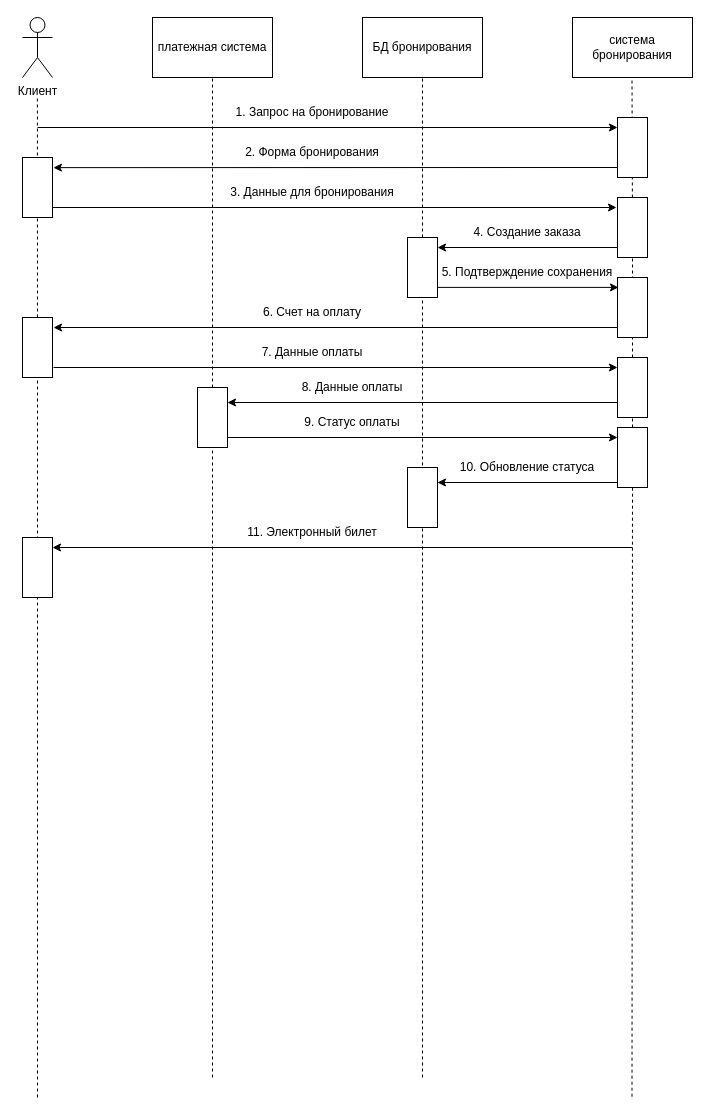
Earlier version of the draw.io diagram Диаграмма последовательности.drawio (Jurwa1/coursework). Source tidied: cells renumbered, new cells numbered last; positions are measured from the earlier drawing's top-left corner, leaving out a move shared by most shapes. Both pictures are drawn from the tidied source at 100%, with x=0, y=0 at pixel (22, 17).
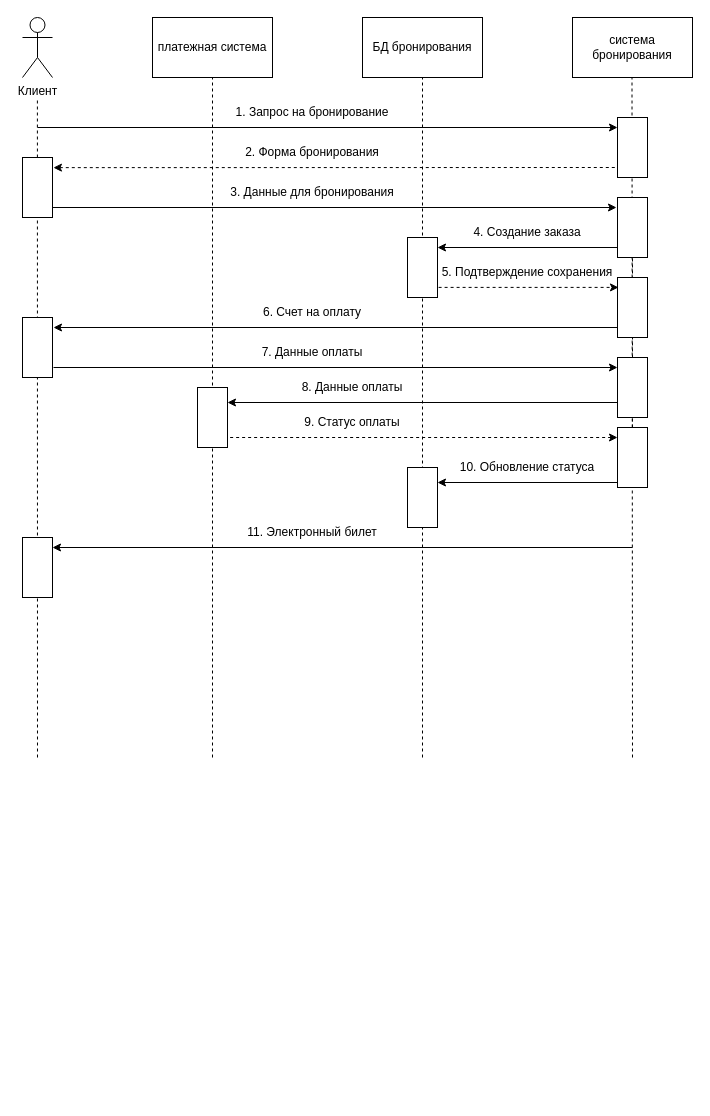
The same diagram, later.

The change refers to these unchanged cells:
```xml
<mxCell id="3" value="платежная система" style="rounded=0;whiteSpace=wrap;html=1;" parent="1" vertex="1">
  <mxGeometry x="130" width="120" height="60" as="geometry" />
</mxCell>
<mxCell id="12" value="БД бронирования" style="rounded=0;whiteSpace=wrap;html=1;" parent="1" vertex="1">
  <mxGeometry x="340" width="120" height="60" as="geometry" />
</mxCell>
```

Change to the diagram source:
```diff
@@
-    <mxCell id="5" style="endArrow=none;dashed=1;html=1;rounded=0;entryX=0.5;entryY=1;entryDx=0;entryDy=0;" parent="1" edge="1" source="36" target="3">
-      <mxGeometry relative="1" as="geometry" />
-    </mxCell>
-    <mxCell id="6" style="endArrow=none;dashed=1;html=1;rounded=0;entryX=0.5;entryY=1;entryDx=0;entryDy=0;" parent="1" edge="1" source="28">
-      <mxGeometry relative="1" as="geometry">
-        <mxPoint x="14.9" y="80" as="targetPoint" />
-      </mxGeometry>
-    </mxCell>
-    <mxCell id="7" style="endArrow=none;dashed=1;html=1;rounded=0;entryX=0.5;entryY=1;entryDx=0;entryDy=0;" parent="1" edge="1" source="17">
-      <mxGeometry relative="1" as="geometry">
-        <mxPoint x="609.5" y="60" as="targetPoint" />
-      </mxGeometry>
-    </mxCell>
-    <mxCell id="8" style="rounded=0;whiteSpace=wrap;html=1;" parent="1" vertex="1">
-      <mxGeometry x="595" y="100" width="30" height="60" as="geometry" />
-    </mxCell>
-    <mxCell id="9" style="endArrow=classic;html=1;rounded=0;" parent="1" edge="1">
-      <mxGeometry relative="1" as="geometry">
-        <mxPoint x="15" y="110" as="sourcePoint" />
-        <mxPoint x="595" y="110" as="targetPoint" />
-      </mxGeometry>
-    </mxCell>
+    <mxCell id="49" style="endArrow=none;dashed=1;html=1;rounded=0;entryX=0.5;entryY=1;entryDx=0;entryDy=0;" parent="1" edge="1" target="3">
+      <mxGeometry relative="1" as="geometry">
+        <mxPoint x="190" y="740" as="sourcePoint" />
+      </mxGeometry>
+    </mxCell>
+    <mxCell id="50" style="endArrow=none;dashed=1;html=1;rounded=0;entryX=0.5;entryY=1;entryDx=0;entryDy=0;" parent="1" edge="1">
+      <mxGeometry relative="1" as="geometry">
+        <mxPoint x="15" y="740" as="sourcePoint" />
+        <mxPoint x="14.9" y="80" as="targetPoint" />
+      </mxGeometry>
+    </mxCell>
+    <mxCell id="51" style="endArrow=none;dashed=1;html=1;rounded=0;entryX=0.5;entryY=1;entryDx=0;entryDy=0;" parent="1" edge="1">
+      <mxGeometry relative="1" as="geometry">
+        <mxPoint x="610" y="740" as="sourcePoint" />
+        <mxPoint x="609.5" y="60" as="targetPoint" />
+      </mxGeometry>
+    </mxCell>
+    <mxCell id="52" style="rounded=0;whiteSpace=wrap;html=1;" parent="1" vertex="1">
+      <mxGeometry x="595" y="100" width="30" height="60" as="geometry" />
+    </mxCell>
+    <mxCell id="53" style="endArrow=classic;html=1;rounded=0;" parent="1" edge="1">
+      <mxGeometry relative="1" as="geometry">
+        <mxPoint x="15" y="110" as="sourcePoint" />
+        <mxPoint x="595" y="110" as="targetPoint" />
+      </mxGeometry>
+    </mxCell>
@@
-    <mxCell id="11" style="endArrow=none;html=1;rounded=0;startArrow=classic;startFill=1;endFill=0;exitX=1.031;exitY=0.169;exitDx=0;exitDy=0;exitPerimeter=0;" parent="1" edge="1" source="14">
-      <mxGeometry relative="1" as="geometry">
-        <mxPoint x="595" y="150" as="targetPoint" />
-      </mxGeometry>
-    </mxCell>
+    <mxCell id="54" style="endArrow=none;html=1;rounded=0;startArrow=classic;startFill=1;endFill=0;exitX=1.031;exitY=0.169;exitDx=0;exitDy=0;exitPerimeter=0;dashed=1;" parent="1" edge="1" source="56">
+      <mxGeometry relative="1" as="geometry">
+        <mxPoint x="595" y="150" as="targetPoint" />
+      </mxGeometry>
+    </mxCell>
@@
-    <mxCell id="13" style="endArrow=none;dashed=1;html=1;rounded=0;entryX=0.5;entryY=1;entryDx=0;entryDy=0;" parent="1" edge="1" source="22" target="12">
-      <mxGeometry relative="1" as="geometry" />
-    </mxCell>
-    <mxCell id="14" style="rounded=0;whiteSpace=wrap;html=1;" parent="1" vertex="1">
-      <mxGeometry y="140" width="30" height="60" as="geometry" />
-    </mxCell>
+    <mxCell id="55" style="endArrow=none;dashed=1;html=1;rounded=0;entryX=0.5;entryY=1;entryDx=0;entryDy=0;" parent="1" edge="1" target="12">
+      <mxGeometry relative="1" as="geometry">
+        <mxPoint x="400" y="740" as="sourcePoint" />
+      </mxGeometry>
+    </mxCell>
+    <mxCell id="56" style="rounded=0;whiteSpace=wrap;html=1;" parent="1" vertex="1">
+      <mxGeometry y="140" width="30" height="60" as="geometry" />
+    </mxCell>
@@
-    <mxCell id="16" style="endArrow=none;dashed=1;html=1;rounded=0;entryX=0.5;entryY=1;entryDx=0;entryDy=0;" parent="1" edge="1" source="32" target="17">
-      <mxGeometry relative="1" as="geometry" />
-    </mxCell>
-    <mxCell id="17" style="rounded=0;whiteSpace=wrap;html=1;" parent="1" vertex="1">
-      <mxGeometry x="595" y="180" width="30" height="60" as="geometry" />
-    </mxCell>
-    <mxCell id="18" style="endArrow=classic;html=1;rounded=0;startArrow=none;startFill=0;endFill=1;exitX=1.031;exitY=0.169;exitDx=0;exitDy=0;exitPerimeter=0;" parent="1" edge="1">
-      <mxGeometry relative="1" as="geometry">
-        <mxPoint x="30" y="190" as="sourcePoint" />
-        <mxPoint x="594" y="190" as="targetPoint" />
-      </mxGeometry>
-    </mxCell>
+    <mxCell id="57" style="endArrow=none;dashed=1;html=1;rounded=0;entryX=0.5;entryY=1;entryDx=0;entryDy=0;" parent="1" edge="1" source="67" target="58">
+      <mxGeometry relative="1" as="geometry" />
+    </mxCell>
+    <mxCell id="58" style="rounded=0;whiteSpace=wrap;html=1;" parent="1" vertex="1">
+      <mxGeometry x="595" y="180" width="30" height="60" as="geometry" />
+    </mxCell>
+    <mxCell id="59" style="endArrow=classic;html=1;rounded=0;startArrow=none;startFill=0;endFill=1;exitX=1.031;exitY=0.169;exitDx=0;exitDy=0;exitPerimeter=0;" parent="1" edge="1">
+      <mxGeometry relative="1" as="geometry">
+        <mxPoint x="30" y="190" as="sourcePoint" />
+        <mxPoint x="594" y="190" as="targetPoint" />
+      </mxGeometry>
+    </mxCell>
@@
-    <mxCell id="20" style="endArrow=none;dashed=1;html=1;rounded=0;entryX=0.5;entryY=1;entryDx=0;entryDy=0;" parent="1" edge="1" target="22">
-      <mxGeometry relative="1" as="geometry">
-        <mxPoint x="400" y="1060" as="sourcePoint" />
-      </mxGeometry>
-    </mxCell>
-    <mxCell id="21" style="edgeStyle=orthogonalEdgeStyle;rounded=0;jettySize=auto;html=1;exitX=1;exitY=0.75;exitDx=0;exitDy=0;entryX=0.033;entryY=0.165;entryDx=0;entryDy=0;entryPerimeter=0;" parent="1" edge="1" source="22" target="25">
-      <mxGeometry relative="1" as="geometry">
-        <Array as="points">
-          <mxPoint x="415" y="270" />
-        </Array>
-      </mxGeometry>
-    </mxCell>
-    <mxCell id="22" style="rounded=0;whiteSpace=wrap;html=1;" parent="1" vertex="1">
-      <mxGeometry x="385" y="220" width="30" height="60" as="geometry" />
-    </mxCell>
-    <mxCell id="23" style="edgeStyle=orthogonalEdgeStyle;rounded=0;jettySize=auto;html=1;exitX=0;exitY=0.75;exitDx=0;exitDy=0;" parent="1" edge="1" source="17">
-      <mxGeometry relative="1" as="geometry">
-        <mxPoint x="415" y="230" as="targetPoint" />
-        <Array as="points">
-          <mxPoint x="595" y="230" />
-          <mxPoint x="415" y="230" />
-        </Array>
-      </mxGeometry>
-    </mxCell>
+    <mxCell id="60" style="edgeStyle=orthogonalEdgeStyle;rounded=0;jettySize=auto;html=1;exitX=1;exitY=0.75;exitDx=0;exitDy=0;entryX=0.033;entryY=0.165;entryDx=0;entryDy=0;entryPerimeter=0;dashed=1;" parent="1" edge="1" source="61" target="63">
+      <mxGeometry relative="1" as="geometry">
+        <Array as="points">
+          <mxPoint x="415" y="270" />
+        </Array>
+      </mxGeometry>
+    </mxCell>
+    <mxCell id="61" style="rounded=0;whiteSpace=wrap;html=1;" parent="1" vertex="1">
+      <mxGeometry x="385" y="220" width="30" height="60" as="geometry" />
+    </mxCell>
+    <mxCell id="62" style="edgeStyle=orthogonalEdgeStyle;rounded=0;jettySize=auto;html=1;exitX=0;exitY=0.75;exitDx=0;exitDy=0;" parent="1" edge="1" source="58">
+      <mxGeometry relative="1" as="geometry">
+        <mxPoint x="415" y="230" as="targetPoint" />
+        <Array as="points">
+          <mxPoint x="595" y="230" />
+          <mxPoint x="415" y="230" />
+        </Array>
+      </mxGeometry>
+    </mxCell>
@@
-    <mxCell id="25" style="rounded=0;whiteSpace=wrap;html=1;" parent="1" vertex="1">
-      <mxGeometry x="595" y="260" width="30" height="60" as="geometry" />
-    </mxCell>
+    <mxCell id="63" style="rounded=0;whiteSpace=wrap;html=1;" parent="1" vertex="1">
+      <mxGeometry x="595" y="260" width="30" height="60" as="geometry" />
+    </mxCell>
@@
-    <mxCell id="27" style="endArrow=none;dashed=1;html=1;rounded=0;entryX=0.5;entryY=1;entryDx=0;entryDy=0;" parent="1" edge="1" target="28">
-      <mxGeometry relative="1" as="geometry">
-        <mxPoint x="15" y="1080" as="sourcePoint" />
-      </mxGeometry>
-    </mxCell>
-    <mxCell id="28" style="rounded=0;whiteSpace=wrap;html=1;" parent="1" vertex="1">
-      <mxGeometry y="300" width="30" height="60" as="geometry" />
-    </mxCell>
-    <mxCell id="29" style="endArrow=none;html=1;rounded=0;startArrow=classic;startFill=1;endFill=0;exitX=1.031;exitY=0.169;exitDx=0;exitDy=0;exitPerimeter=0;" parent="1" edge="1">
-      <mxGeometry relative="1" as="geometry">
-        <mxPoint x="31" y="310" as="sourcePoint" />
-        <mxPoint x="595" y="310" as="targetPoint" />
-      </mxGeometry>
-    </mxCell>
+    <mxCell id="64" style="rounded=0;whiteSpace=wrap;html=1;" parent="1" vertex="1">
+      <mxGeometry y="300" width="30" height="60" as="geometry" />
+    </mxCell>
+    <mxCell id="65" style="endArrow=none;html=1;rounded=0;startArrow=classic;startFill=1;endFill=0;exitX=1.031;exitY=0.169;exitDx=0;exitDy=0;exitPerimeter=0;" parent="1" edge="1">
+      <mxGeometry relative="1" as="geometry">
+        <mxPoint x="31" y="310" as="sourcePoint" />
+        <mxPoint x="595" y="310" as="targetPoint" />
+      </mxGeometry>
+    </mxCell>
@@
-    <mxCell id="31" style="endArrow=none;dashed=1;html=1;rounded=0;entryX=0.5;entryY=1;entryDx=0;entryDy=0;" parent="1" edge="1" source="41" target="32">
-      <mxGeometry relative="1" as="geometry" />
-    </mxCell>
-    <mxCell id="32" style="rounded=0;whiteSpace=wrap;html=1;" parent="1" vertex="1">
-      <mxGeometry x="595" y="340" width="30" height="60" as="geometry" />
-    </mxCell>
-    <mxCell id="33" style="endArrow=classic;html=1;rounded=0;startArrow=none;startFill=0;endFill=1;exitX=1.031;exitY=0.169;exitDx=0;exitDy=0;exitPerimeter=0;" parent="1" edge="1">
-      <mxGeometry relative="1" as="geometry">
-        <mxPoint x="31" y="350" as="sourcePoint" />
-        <mxPoint x="595" y="350" as="targetPoint" />
-      </mxGeometry>
-    </mxCell>
+    <mxCell id="66" style="endArrow=none;dashed=1;html=1;rounded=0;entryX=0.5;entryY=1;entryDx=0;entryDy=0;" parent="1" edge="1" source="72" target="67">
+      <mxGeometry relative="1" as="geometry" />
+    </mxCell>
+    <mxCell id="67" style="rounded=0;whiteSpace=wrap;html=1;" parent="1" vertex="1">
+      <mxGeometry x="595" y="340" width="30" height="60" as="geometry" />
+    </mxCell>
+    <mxCell id="68" style="endArrow=classic;html=1;rounded=0;startArrow=none;startFill=0;endFill=1;exitX=1.031;exitY=0.169;exitDx=0;exitDy=0;exitPerimeter=0;" parent="1" edge="1">
+      <mxGeometry relative="1" as="geometry">
+        <mxPoint x="31" y="350" as="sourcePoint" />
+        <mxPoint x="595" y="350" as="targetPoint" />
+      </mxGeometry>
+    </mxCell>
@@
-    <mxCell id="35" style="endArrow=none;dashed=1;html=1;rounded=0;entryX=0.5;entryY=1;entryDx=0;entryDy=0;" parent="1" edge="1" target="36">
-      <mxGeometry relative="1" as="geometry">
-        <mxPoint x="190" y="1060" as="sourcePoint" />
-      </mxGeometry>
-    </mxCell>
-    <mxCell id="36" style="rounded=0;whiteSpace=wrap;html=1;" parent="1" vertex="1">
-      <mxGeometry x="175" y="370" width="30" height="60" as="geometry" />
-    </mxCell>
-    <mxCell id="37" style="endArrow=classic;html=1;rounded=0;exitX=0;exitY=0.75;exitDx=0;exitDy=0;entryX=1;entryY=0.25;entryDx=0;entryDy=0;" parent="1" edge="1" source="32" target="36">
-      <mxGeometry relative="1" as="geometry" />
-    </mxCell>
+    <mxCell id="69" style="rounded=0;whiteSpace=wrap;html=1;" parent="1" vertex="1">
+      <mxGeometry x="175" y="370" width="30" height="60" as="geometry" />
+    </mxCell>
+    <mxCell id="70" style="endArrow=classic;html=1;rounded=0;exitX=0;exitY=0.75;exitDx=0;exitDy=0;entryX=1;entryY=0.25;entryDx=0;entryDy=0;" parent="1" edge="1" source="67" target="69">
+      <mxGeometry relative="1" as="geometry" />
+    </mxCell>
@@
-    <mxCell id="39" style="endArrow=none;html=1;rounded=0;exitX=0;exitY=0.75;exitDx=0;exitDy=0;entryX=1;entryY=0.25;entryDx=0;entryDy=0;startArrow=classic;startFill=1;endFill=0;" parent="1" edge="1">
-      <mxGeometry relative="1" as="geometry">
-        <mxPoint x="595" y="420" as="sourcePoint" />
-        <mxPoint x="205" y="420" as="targetPoint" />
-      </mxGeometry>
-    </mxCell>
-    <mxCell id="40" style="endArrow=none;dashed=1;html=1;rounded=0;entryX=0.5;entryY=1;entryDx=0;entryDy=0;" parent="1" edge="1" target="41">
-      <mxGeometry relative="1" as="geometry">
-        <mxPoint x="609.5" y="1079.2" as="sourcePoint" />
-      </mxGeometry>
-    </mxCell>
-    <mxCell id="41" style="rounded=0;whiteSpace=wrap;html=1;" parent="1" vertex="1">
-      <mxGeometry x="595" y="410" width="30" height="60" as="geometry" />
-    </mxCell>
+    <mxCell id="71" style="endArrow=none;html=1;rounded=0;exitX=0;exitY=0.75;exitDx=0;exitDy=0;entryX=1;entryY=0.25;entryDx=0;entryDy=0;startArrow=classic;startFill=1;endFill=0;dashed=1;" parent="1" edge="1">
+      <mxGeometry relative="1" as="geometry">
+        <mxPoint x="595" y="420" as="sourcePoint" />
+        <mxPoint x="205" y="420" as="targetPoint" />
+      </mxGeometry>
+    </mxCell>
+    <mxCell id="72" style="rounded=0;whiteSpace=wrap;html=1;" parent="1" vertex="1">
+      <mxGeometry x="595" y="410" width="30" height="60" as="geometry" />
+    </mxCell>
@@
-    <mxCell id="43" style="rounded=0;whiteSpace=wrap;html=1;" parent="1" vertex="1">
-      <mxGeometry x="385" y="450" width="30" height="60" as="geometry" />
-    </mxCell>
-    <mxCell id="44" style="edgeStyle=orthogonalEdgeStyle;rounded=0;orthogonalLoop=1;jettySize=auto;html=1;exitX=0;exitY=0.75;exitDx=0;exitDy=0;" parent="1" edge="1">
-      <mxGeometry relative="1" as="geometry">
-        <mxPoint x="595" y="460" as="sourcePoint" />
-        <mxPoint x="415" y="465" as="targetPoint" />
-        <Array as="points">
-          <mxPoint x="595" y="465" />
-          <mxPoint x="415" y="465" />
-        </Array>
-      </mxGeometry>
-    </mxCell>
+    <mxCell id="73" style="rounded=0;whiteSpace=wrap;html=1;" parent="1" vertex="1">
+      <mxGeometry x="385" y="450" width="30" height="60" as="geometry" />
+    </mxCell>
+    <mxCell id="74" style="edgeStyle=orthogonalEdgeStyle;rounded=0;orthogonalLoop=1;jettySize=auto;html=1;exitX=0;exitY=0.75;exitDx=0;exitDy=0;" parent="1" edge="1">
+      <mxGeometry relative="1" as="geometry">
+        <mxPoint x="595" y="460" as="sourcePoint" />
+        <mxPoint x="415" y="465" as="targetPoint" />
+        <Array as="points">
+          <mxPoint x="595" y="465" />
+          <mxPoint x="415" y="465" />
+        </Array>
+      </mxGeometry>
+    </mxCell>
@@
-    <mxCell id="46" style="endArrow=none;html=1;rounded=0;startArrow=classic;startFill=1;endFill=0;" parent="1" edge="1">
-      <mxGeometry relative="1" as="geometry">
-        <mxPoint x="30" y="530" as="sourcePoint" />
-        <mxPoint x="610" y="530" as="targetPoint" />
-      </mxGeometry>
-    </mxCell>
-    <mxCell id="47" style="rounded=0;whiteSpace=wrap;html=1;" parent="1" vertex="1">
-      <mxGeometry y="520" width="30" height="60" as="geometry" />
-    </mxCell>
+    <mxCell id="75" style="endArrow=none;html=1;rounded=0;startArrow=classic;startFill=1;endFill=0;" parent="1" edge="1">
+      <mxGeometry relative="1" as="geometry">
+        <mxPoint x="30" y="530" as="sourcePoint" />
+        <mxPoint x="610" y="530" as="targetPoint" />
+      </mxGeometry>
+    </mxCell>
+    <mxCell id="76" style="rounded=0;whiteSpace=wrap;html=1;" parent="1" vertex="1">
+      <mxGeometry y="520" width="30" height="60" as="geometry" />
+    </mxCell>
```
